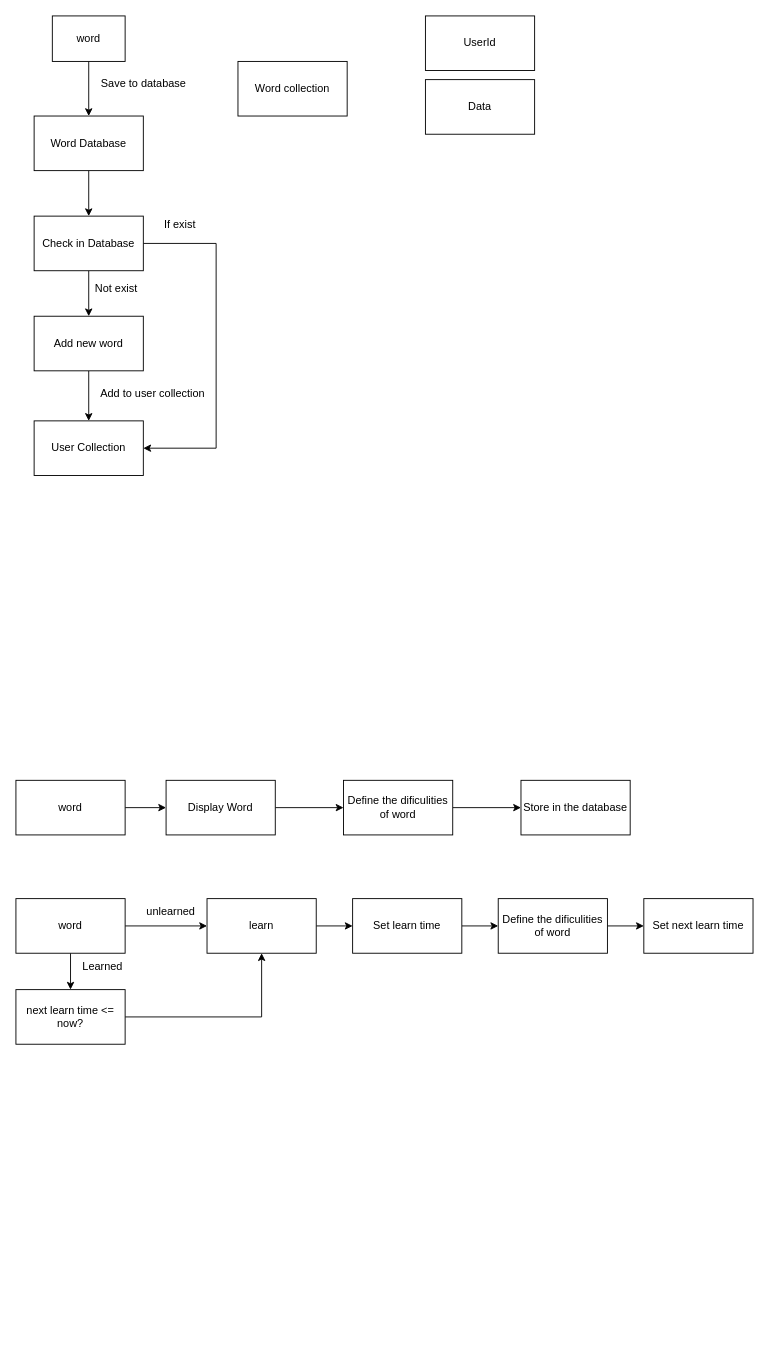
Above: Untitled Diagram.drawio in sqhqk58/hello-world (draw.io), before the change. Source tidied: cells renumbered, new cells numbered last; positions are measured from the earlier drawing's top-left corner, leaving out a move shared by most shapes. Both pictures are drawn from the tidied source at 91%, with x=0, y=0 at pixel (15, 15).
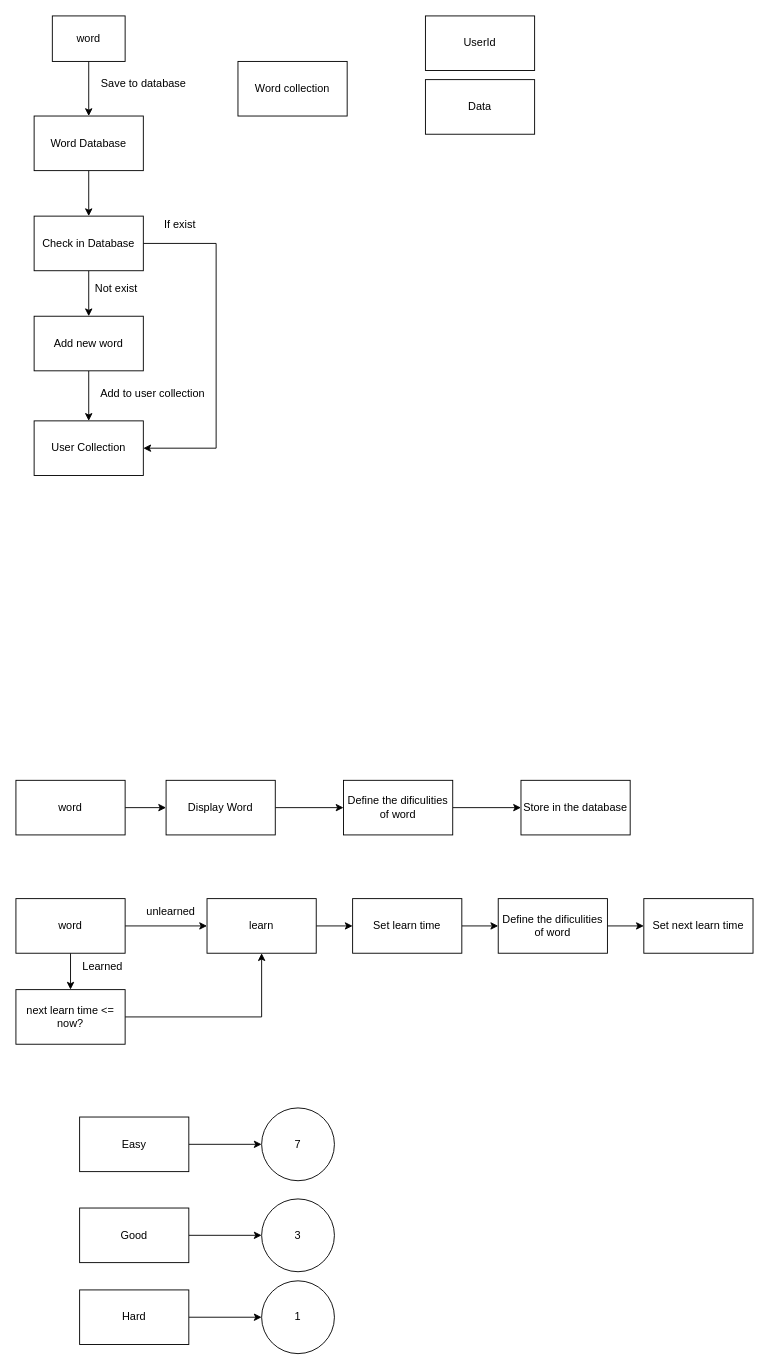
The same diagram, later.

The edit, as a diff of the source:
```diff
@@
+    <mxCell id="40" style="edgeStyle=orthogonalEdgeStyle;rounded=0;jettySize=auto;html=1;exitX=1;exitY=0.5;exitDx=0;exitDy=0;entryX=0;entryY=0.5;entryDx=0;entryDy=0;" parent="1" edge="1" source="41" target="42">
+      <mxGeometry relative="1" as="geometry" />
+    </mxCell>
+    <mxCell id="41" value="Easy" style="whiteSpace=wrap;html=1;" parent="1" vertex="1">
+      <mxGeometry x="70" y="1210" width="120" height="60" as="geometry" />
+    </mxCell>
+    <mxCell id="42" value="7" style="ellipse;whiteSpace=wrap;html=1;" parent="1" vertex="1">
+      <mxGeometry x="270" y="1200" width="80" height="80" as="geometry" />
+    </mxCell>
+    <mxCell id="43" style="edgeStyle=orthogonalEdgeStyle;rounded=0;jettySize=auto;html=1;exitX=1;exitY=0.5;exitDx=0;exitDy=0;entryX=0;entryY=0.5;entryDx=0;entryDy=0;" parent="1" edge="1" source="44" target="45">
+      <mxGeometry relative="1" as="geometry" />
+    </mxCell>
+    <mxCell id="44" value="Good" style="whiteSpace=wrap;html=1;" parent="1" vertex="1">
+      <mxGeometry x="70" y="1310" width="120" height="60" as="geometry" />
+    </mxCell>
+    <mxCell id="45" value="3" style="ellipse;whiteSpace=wrap;html=1;" parent="1" vertex="1">
+      <mxGeometry x="270" y="1300" width="80" height="80" as="geometry" />
+    </mxCell>
+    <mxCell id="46" style="edgeStyle=orthogonalEdgeStyle;rounded=0;jettySize=auto;html=1;exitX=1;exitY=0.5;exitDx=0;exitDy=0;entryX=0;entryY=0.5;entryDx=0;entryDy=0;" parent="1" edge="1" source="47" target="48">
+      <mxGeometry relative="1" as="geometry" />
+    </mxCell>
+    <mxCell id="47" value="Hard" style="whiteSpace=wrap;html=1;" parent="1" vertex="1">
+      <mxGeometry x="70" y="1400" width="120" height="60" as="geometry" />
+    </mxCell>
+    <mxCell id="48" value="1" style="ellipse;whiteSpace=wrap;html=1;" parent="1" vertex="1">
+      <mxGeometry x="270" y="1390" width="80" height="80" as="geometry" />
+    </mxCell>
```
